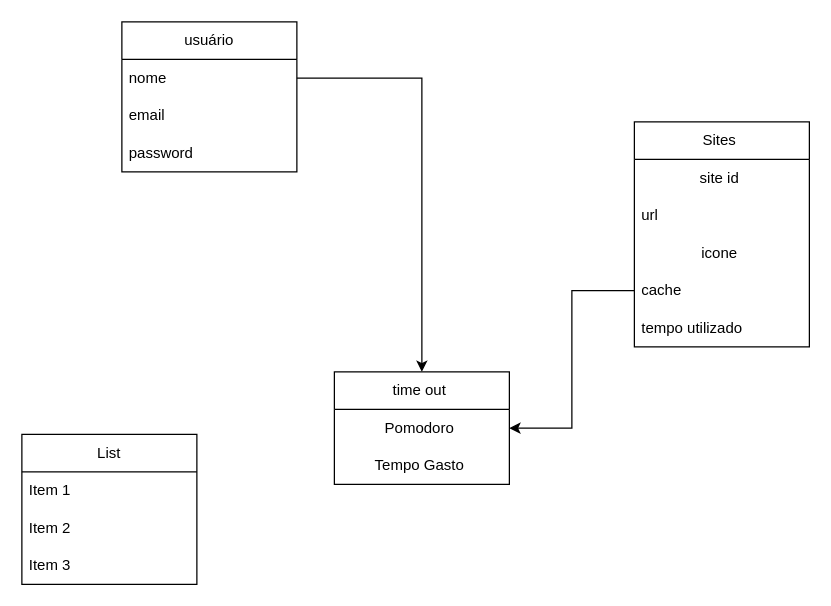
The draw.io diagram Modelagem_Bd_Time_out.drawio in livramos/Time_out-, before the edit. Source tidied: cells renumbered, new cells numbered last; positions are measured from the earlier drawing's top-left corner, leaving out a move shared by most shapes. Both pictures are drawn from the tidied source at 125%, with x=0, y=0 at pixel (21, 21).
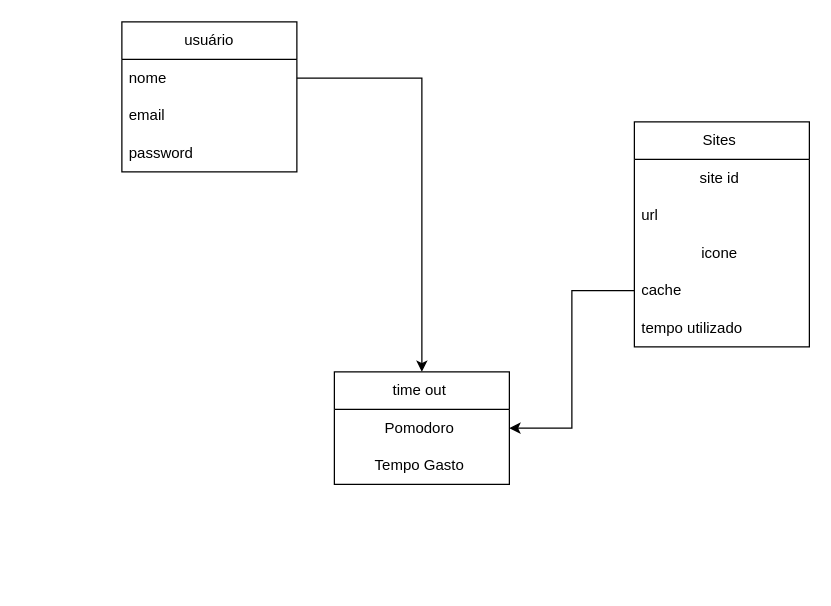
Above is the later version.

Diff of the diagram source:
```diff
@@
-    <mxCell id="16" value="List" style="swimlane;fontStyle=0;horizontal=1;startSize=30;whiteSpace=wrap;html=1;" parent="1" vertex="1">
-      <mxGeometry y="330" width="140" height="120" as="geometry" />
-    </mxCell>
-    <mxCell id="17" value="Item 1" style="text;strokeColor=none;fillColor=none;align=left;verticalAlign=middle;spacingLeft=4;spacingRight=4;overflow=hidden;whiteSpace=wrap;html=1;" parent="16" vertex="1">
-      <mxGeometry y="30" width="140" height="30" as="geometry" />
-    </mxCell>
-    <mxCell id="18" value="Item 2" style="text;strokeColor=none;fillColor=none;align=left;verticalAlign=middle;spacingLeft=4;spacingRight=4;overflow=hidden;whiteSpace=wrap;html=1;" parent="16" vertex="1">
-      <mxGeometry y="60" width="140" height="30" as="geometry" />
-    </mxCell>
-    <mxCell id="19" value="Item 3" style="text;strokeColor=none;fillColor=none;align=left;verticalAlign=middle;spacingLeft=4;spacingRight=4;overflow=hidden;whiteSpace=wrap;html=1;" parent="16" vertex="1">
-      <mxGeometry y="90" width="140" height="30" as="geometry" />
-    </mxCell>
```
